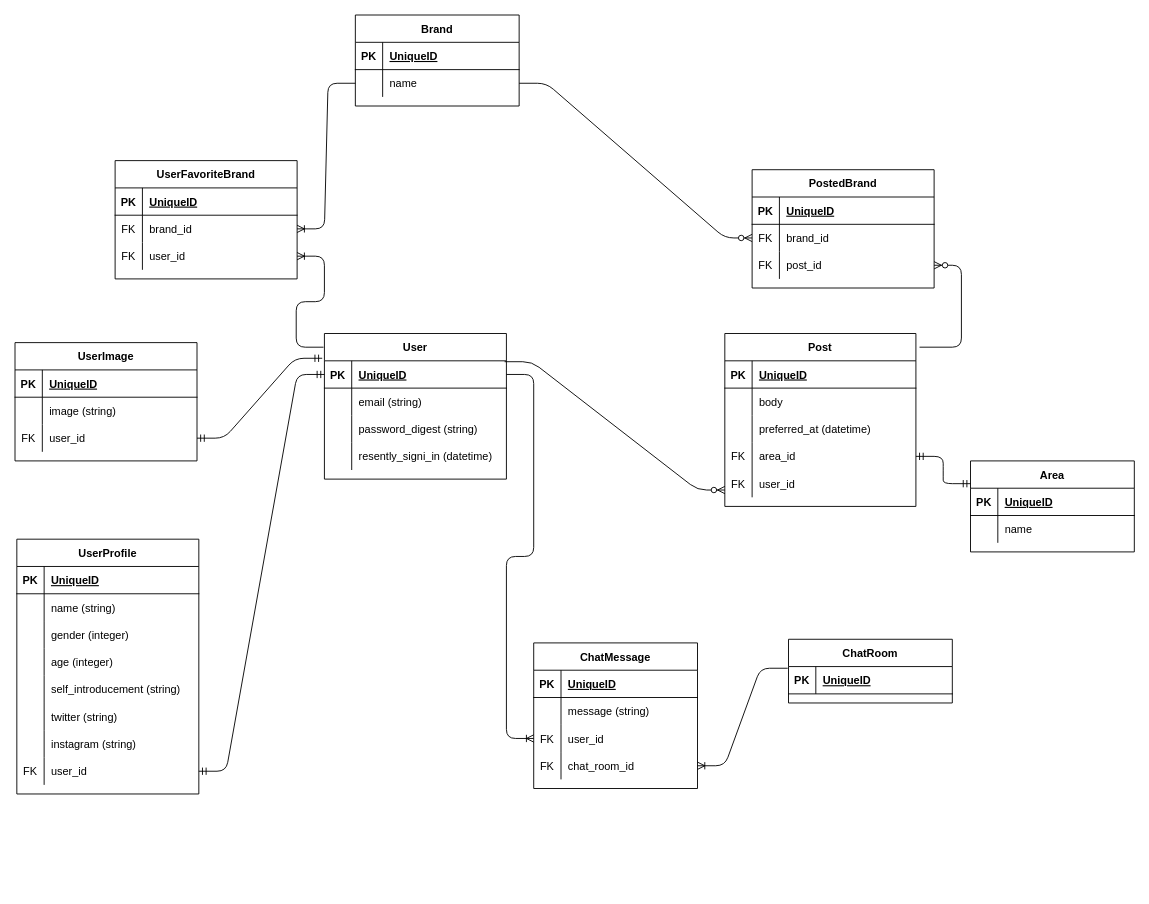
Before: er.drawio in kaze0000/Go-With-Fashion-api, a draw.io diagram. Source tidied: cells renumbered, new cells numbered last; positions are measured from the earlier drawing's top-left corner, leaving out a move shared by most shapes. Both pictures are drawn from the tidied source at 91%, with x=0, y=0 at pixel (15, 15).
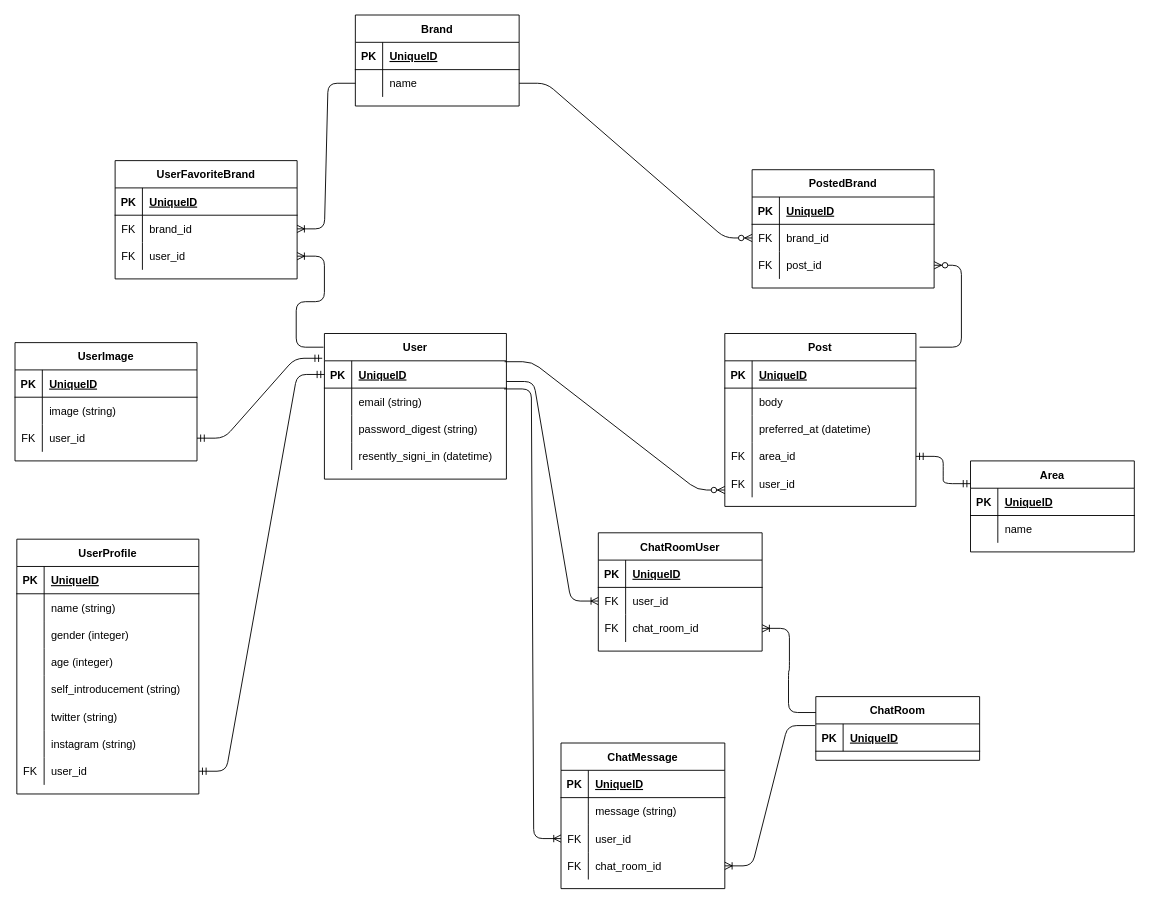
The same diagram, later.

Unchanged cells that the change refers to:
```xml
<mxCell id="3" style="shape=partialRectangle;fillColor=none;top=0;left=0;bottom=1;right=0;points=[[0,0.5],[1,0.5]];portConstraint=eastwest;" parent="2" vertex="1">
  <mxGeometry y="30" width="200" height="30" as="geometry" />
</mxCell>
<mxCell id="6" style="shape=partialRectangle;fillColor=none;top=0;left=0;bottom=0;right=0;points=[[0,0.5],[1,0.5]];portConstraint=eastwest;" parent="2" vertex="1">
  <mxGeometry y="60" width="200" height="30" as="geometry" />
</mxCell>
<mxCell id="119" style="shape=partialRectangle;fillColor=none;top=0;left=0;bottom=0;right=0;points=[[0,0.5],[1,0.5]];portConstraint=eastwest;" parent="112" vertex="1">
  <mxGeometry y="90" width="180" height="30" as="geometry" />
</mxCell>
```

Diff of the diagram source:
```diff
@@
     <mxCell id="108" value="ChatRoom" style="shape=table;startSize=30;childLayout=tableLayout;rowLines=0;fontStyle=1;align=center;" parent="1" vertex="1">
-      <mxGeometry x="850" y="686" width="180" height="70" as="geometry" />
+      <mxGeometry x="880" y="749" width="180" height="70" as="geometry" />
     </mxCell>
@@
     <mxCell id="112" value="ChatMessage" style="shape=table;startSize=30;childLayout=tableLayout;rowLines=0;fontStyle=1;align=center;" parent="1" vertex="1">
-      <mxGeometry x="570" y="690" width="180" height="160" as="geometry" />
+      <mxGeometry x="600" y="800" width="180" height="160" as="geometry" />
     </mxCell>
@@
-    <mxCell id="125" style="edgeStyle=entityRelationEdgeStyle;fontSize=12;html=1;endArrow=ERoneToMany;exitX=1;exitY=0.5;exitDx=0;exitDy=0;entryX=0;entryY=0.5;entryDx=0;entryDy=0;" parent="1" edge="1" source="3" target="119">
+    <mxCell id="125" style="edgeStyle=entityRelationEdgeStyle;fontSize=12;html=1;endArrow=ERoneToMany;exitX=0.987;exitY=0.03;exitDx=0;exitDy=0;entryX=0;entryY=0.5;entryDx=0;entryDy=0;exitPerimeter=0;" parent="1" edge="1" source="6" target="119">
       <mxGeometry relative="1" as="geometry" />
     </mxCell>
@@
+    <mxCell id="127" value="ChatRoomUser" style="shape=table;startSize=30;childLayout=tableLayout;rowLines=0;fontStyle=1;align=center;" parent="1" vertex="1">
+      <mxGeometry x="641" y="569" width="180" height="130" as="geometry" />
+    </mxCell>
+    <mxCell id="128" style="shape=partialRectangle;fillColor=none;top=0;left=0;bottom=1;right=0;" parent="127" vertex="1">
+      <mxGeometry y="30" width="180" height="30" as="geometry" />
+    </mxCell>
+    <mxCell id="129" value="PK" style="shape=partialRectangle;fillColor=none;top=0;left=0;bottom=0;right=0;fontStyle=1;overflow=hidden;" parent="128" vertex="1">
+      <mxGeometry width="30" height="30" as="geometry" />
+    </mxCell>
+    <mxCell id="130" value="UniqueID" style="shape=partialRectangle;fillColor=none;top=0;left=0;bottom=0;right=0;align=left;spacingLeft=6;fontStyle=5;overflow=hidden;" parent="128" vertex="1">
+      <mxGeometry x="30" width="150" height="30" as="geometry" />
+    </mxCell>
+    <mxCell id="131" style="shape=partialRectangle;fillColor=none;top=0;left=0;bottom=0;right=0;points=[[0,0.5],[1,0.5]];portConstraint=eastwest;" parent="127" vertex="1">
+      <mxGeometry y="60" width="180" height="30" as="geometry" />
+    </mxCell>
+    <mxCell id="132" value="FK" style="shape=partialRectangle;fillColor=none;top=0;left=0;bottom=0;right=0;overflow=hidden;" parent="131" vertex="1">
+      <mxGeometry width="30" height="30" as="geometry" />
+    </mxCell>
+    <mxCell id="133" value="user_id" style="shape=partialRectangle;fillColor=none;top=0;left=0;bottom=0;right=0;align=left;spacingLeft=6;overflow=hidden;" parent="131" vertex="1">
+      <mxGeometry x="30" width="150" height="30" as="geometry" />
+    </mxCell>
+    <mxCell id="134" style="shape=partialRectangle;fillColor=none;top=0;left=0;bottom=0;right=0;points=[[0,0.5],[1,0.5]];portConstraint=eastwest;" parent="127" vertex="1">
+      <mxGeometry y="90" width="180" height="30" as="geometry" />
+    </mxCell>
+    <mxCell id="135" value="FK" style="shape=partialRectangle;fillColor=none;top=0;left=0;bottom=0;right=0;overflow=hidden;" parent="134" vertex="1">
+      <mxGeometry width="30" height="30" as="geometry" />
+    </mxCell>
+    <mxCell id="136" value="chat_room_id" style="shape=partialRectangle;fillColor=none;top=0;left=0;bottom=0;right=0;align=left;spacingLeft=6;overflow=hidden;" parent="134" vertex="1">
+      <mxGeometry x="30" width="150" height="30" as="geometry" />
+    </mxCell>
+    <mxCell id="137" style="edgeStyle=entityRelationEdgeStyle;fontSize=12;html=1;endArrow=ERoneToMany;exitX=0;exitY=0.25;exitDx=0;exitDy=0;entryX=1;entryY=0.5;entryDx=0;entryDy=0;" parent="1" edge="1" source="108" target="134">
+      <mxGeometry relative="1" as="geometry" />
+    </mxCell>
+    <mxCell id="138" style="edgeStyle=entityRelationEdgeStyle;fontSize=12;html=1;endArrow=ERoneToMany;entryX=0;entryY=0.5;entryDx=0;entryDy=0;exitX=1;exitY=0.758;exitDx=0;exitDy=0;exitPerimeter=0;" parent="1" edge="1" source="3" target="131">
+      <mxGeometry relative="1" as="geometry" />
+    </mxCell>
```
